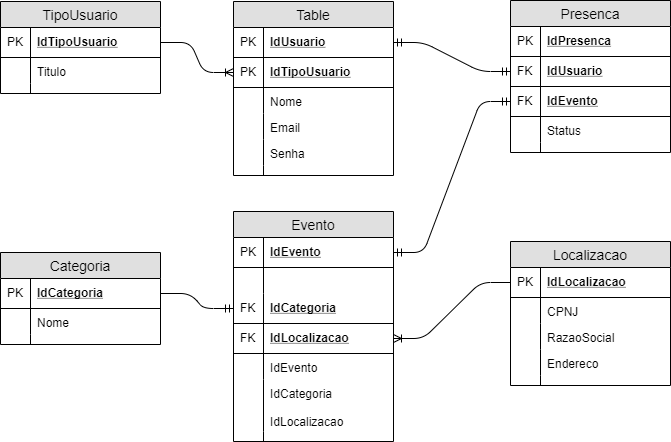
The draw.io diagram modelagem/modelagem_logico.png in Nakkat/Gufos, before a commit. Source tidied: cells renumbered, new cells last; positions are measured from the earlier drawing's top-left corner, leaving out a move shared by most shapes.
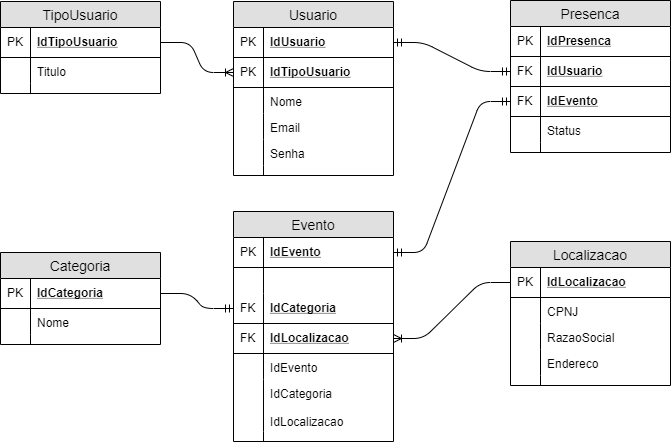
The same file after the commit.

Diff of the diagram source:
```diff
@@ -23,7 +23,7 @@
     <mxCell id="8" style="shape=partialRectangle;top=0;left=0;bottom=0;fillColor=none;align=left;verticalAlign=top;spacingLeft=4;spacingRight=4;overflow=hidden;fontSize=12;" parent="7" vertex="1">
       <mxGeometry width="30" height="10" as="geometry" />
     </mxCell>
-    <mxCell id="9" value="Table" style="swimlane;fontStyle=0;horizontal=1;startSize=26;fillColor=#e0e0e0;swimlaneFillColor=#ffffff;align=center;fontSize=14;" parent="1" vertex="1">
+    <mxCell id="9" value="Usuario" style="swimlane;fontStyle=0;horizontal=1;startSize=26;fillColor=#e0e0e0;swimlaneFillColor=#ffffff;align=center;fontSize=14;" parent="1" vertex="1">
       <mxGeometry x="233" y="1" width="160" height="174" as="geometry" />
     </mxCell>
     <mxCell id="10" value="IdUsuario" style="shape=partialRectangle;top=0;left=0;right=0;bottom=1;align=left;verticalAlign=middle;fillColor=none;spacingLeft=34;spacingRight=4;overflow=hidden;points=[[0,0.5],[1,0.5]];portConstraint=eastwest;fontStyle=5;fontSize=12;" parent="9" vertex="1">
```
